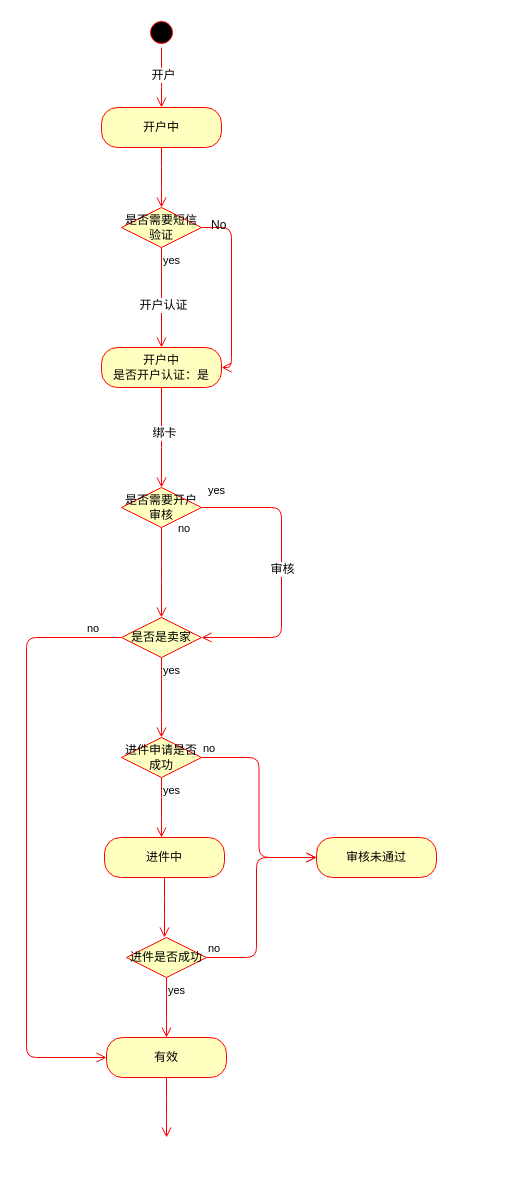
waterStone528/job-lakala keeps this draw.io diagram as design/拉卡拉-会员状态图.drawio. Above is the earlier version. Source tidied: cells renumbered, new cells numbered last; positions are measured from the earlier drawing's top-left corner, leaving out a move shared by most shapes. Both pictures are drawn from the tidied source at 100%, with x=0, y=0 at pixel (26, 17).
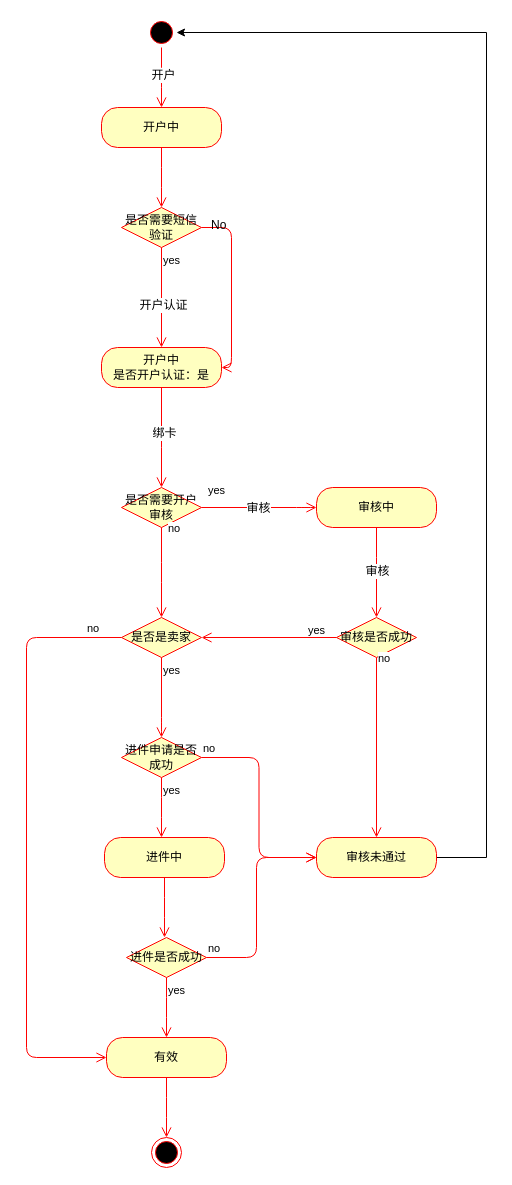
After the change.

Commit message (it also covers changes not shown here):
Update 拉卡拉-会员状态图.drawio

Unchanged cells that the change refers to:
```xml
<mxCell id="2" style="ellipse;html=1;shape=startState;fillColor=#000000;strokeColor=#ff0000;" parent="1" vertex="1">
  <mxGeometry x="120" width="30" height="30" as="geometry" />
</mxCell>
<mxCell id="15" value="是否需要开户审核" style="rhombus;whiteSpace=wrap;html=1;fillColor=#ffffc0;strokeColor=#ff0000;" parent="1" vertex="1">
  <mxGeometry x="95" y="470" width="80" height="40" as="geometry" />
</mxCell>
<mxCell id="19" value="是否是卖家" style="rhombus;whiteSpace=wrap;html=1;fillColor=#ffffc0;strokeColor=#ff0000;" parent="1" vertex="1">
  <mxGeometry x="95" y="600" width="80" height="40" as="geometry" />
</mxCell>
<mxCell id="25" value="审核未通过" style="rounded=1;whiteSpace=wrap;html=1;arcSize=40;fontColor=#000000;fillColor=#ffffc0;strokeColor=#ff0000;" parent="1" vertex="1">
  <mxGeometry x="290" y="820" width="120" height="40" as="geometry" />
</mxCell>
```

The edit, as a diff of the source:
```diff
@@
-    <mxCell id="16" value="no" style="edgeStyle=orthogonalEdgeStyle;html=1;align=left;verticalAlign=bottom;endArrow=open;endSize=8;strokeColor=#ff0000;entryX=1;entryY=0.5;entryDx=0;entryDy=0;" parent="1" edge="1" source="15" target="19">
-      <mxGeometry x="-0.24" y="-105" relative="1" as="geometry">
+    <mxCell id="16" value="no" style="edgeStyle=orthogonalEdgeStyle;html=1;align=left;verticalAlign=bottom;endArrow=open;endSize=8;strokeColor=#ff0000;entryX=0;entryY=0.5;entryDx=0;entryDy=0;" parent="1" edge="1" source="15" target="34">
+      <mxGeometry x="0.83" y="-143" relative="1" as="geometry">
         <Array as="points">
-          <mxPoint x="255" y="490" />
-          <mxPoint x="255" y="620" />
+          <mxPoint x="280" y="490" />
+          <mxPoint x="280" y="490" />
         </Array>
+        <mxPoint x="-140" y="-113" as="offset" />
       </mxGeometry>
     </mxCell>
@@
+    <mxCell id="33" style="edgeStyle=orthogonalEdgeStyle;rounded=0;jettySize=auto;html=1;entryX=1;entryY=0.5;entryDx=0;entryDy=0;" parent="1" edge="1" source="25" target="2">
+      <mxGeometry relative="1" as="geometry">
+        <Array as="points">
+          <mxPoint x="460" y="840" />
+          <mxPoint x="460" y="15" />
+        </Array>
+      </mxGeometry>
+    </mxCell>
@@
+    <mxCell id="34" value="审核中" style="rounded=1;whiteSpace=wrap;html=1;arcSize=40;fontColor=#000000;fillColor=#ffffc0;strokeColor=#ff0000;" parent="1" vertex="1">
+      <mxGeometry x="290" y="470" width="120" height="40" as="geometry" />
+    </mxCell>
+    <mxCell id="35" style="edgeStyle=orthogonalEdgeStyle;html=1;verticalAlign=bottom;endArrow=open;endSize=8;strokeColor=#ff0000;entryX=0.5;entryY=0;entryDx=0;entryDy=0;" parent="1" edge="1" source="34" target="37">
+      <mxGeometry relative="1" as="geometry">
+        <Array as="points">
+          <mxPoint x="350" y="550" />
+          <mxPoint x="350" y="550" />
+        </Array>
+      </mxGeometry>
+    </mxCell>
+    <mxCell id="36" value="审核" style="text;html=1;align=center;verticalAlign=middle;labelBackgroundColor=#ffffff;" parent="35" vertex="1">
+      <mxGeometry x="-0.04" relative="1" as="geometry" />
+    </mxCell>
+    <mxCell id="37" value="审核是否成功" style="rhombus;whiteSpace=wrap;html=1;fillColor=#ffffc0;strokeColor=#ff0000;" parent="1" vertex="1">
+      <mxGeometry x="310" y="600" width="80" height="40" as="geometry" />
+    </mxCell>
+    <mxCell id="38" value="no" style="edgeStyle=orthogonalEdgeStyle;html=1;align=left;verticalAlign=bottom;endArrow=open;endSize=8;strokeColor=#ff0000;entryX=1;entryY=0.5;entryDx=0;entryDy=0;" parent="1" edge="1" source="37" target="19">
+      <mxGeometry x="-1" y="50" relative="1" as="geometry">
+        <mxPoint x="40" y="-20" as="offset" />
+      </mxGeometry>
+    </mxCell>
+    <mxCell id="39" value="yes" style="edgeStyle=orthogonalEdgeStyle;html=1;align=left;verticalAlign=top;endArrow=open;endSize=8;strokeColor=#ff0000;" parent="1" edge="1" source="37" target="25">
+      <mxGeometry x="-1" y="-81" relative="1" as="geometry">
+        <mxPoint x="11" y="-40" as="offset" />
+      </mxGeometry>
+    </mxCell>
+    <mxCell id="40" style="ellipse;html=1;shape=endState;fillColor=#000000;strokeColor=#ff0000;" parent="1" vertex="1">
+      <mxGeometry x="125" y="1120" width="30" height="30" as="geometry" />
+    </mxCell>
```
